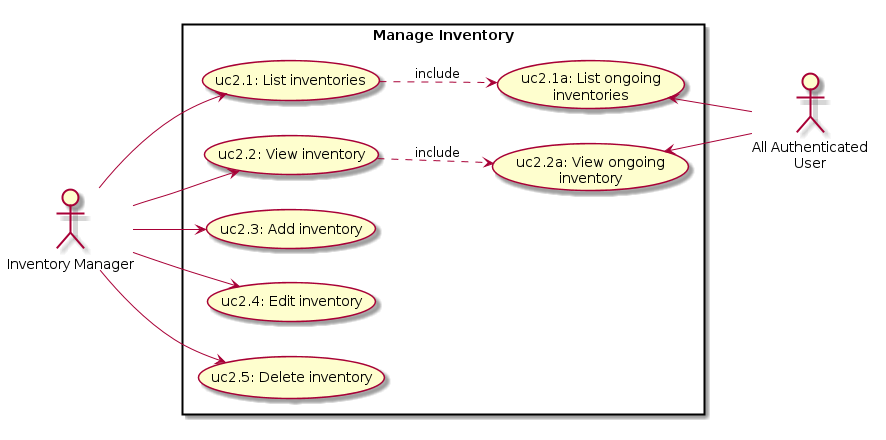
This is docs/images/generated/uc2_inventory.png from aert/aert-farmerp, a PlantUML export, as it was before one commit.
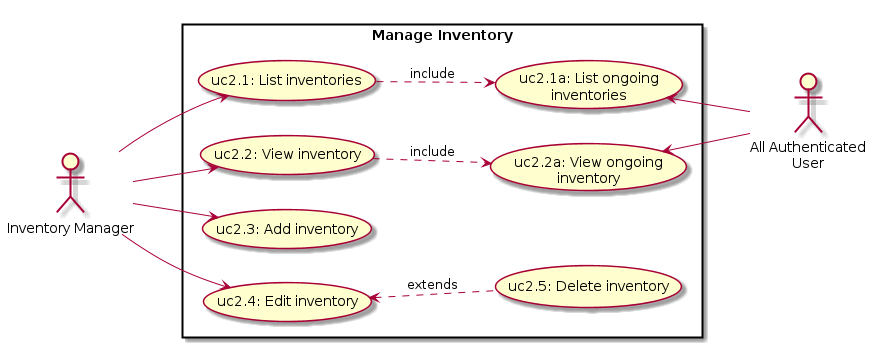
After the commit.

Commit message:
Progress on Inventory List docs.

What changed in the source:
```diff
@@ -22,7 +22,8 @@
       Inventory --> (uc2.2)
       Inventory --> (uc2.3)
       Inventory --> (uc2.4)
-      Inventory --> (uc2.5)
+
+      (uc2.4) <.. (uc2.5) : extends
 
 
       User  -left-> (uc2.1a)
```
